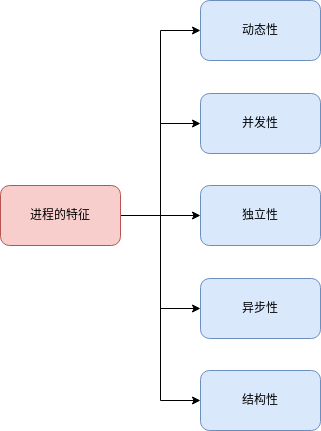
The draw.io diagram processFuture.drawio.png in YuMingLiDawn/Linux, before a commit. Source tidied: cells renumbered, new cells last; positions are measured from the earlier drawing's top-left corner, leaving out a move shared by most shapes. Source of this version:
```xml
<mxGraphModel>
  <root>
    <mxCell id="0" />
    <mxCell id="1" parent="0" />
    <mxCell id="2" style="edgeStyle=orthogonalEdgeStyle;rounded=0;jettySize=auto;html=1;" parent="1" edge="1" source="7" target="10">
      <mxGeometry relative="1" as="geometry" />
    </mxCell>
    <mxCell id="3" style="edgeStyle=orthogonalEdgeStyle;rounded=0;jettySize=auto;html=1;entryX=0;entryY=0.5;entryDx=0;entryDy=0;" parent="1" edge="1" source="7" target="8">
      <mxGeometry relative="1" as="geometry" />
    </mxCell>
    <mxCell id="4" style="edgeStyle=orthogonalEdgeStyle;rounded=0;jettySize=auto;html=1;entryX=0;entryY=0.5;entryDx=0;entryDy=0;" parent="1" edge="1" source="7" target="9">
      <mxGeometry relative="1" as="geometry" />
    </mxCell>
    <mxCell id="5" style="edgeStyle=orthogonalEdgeStyle;rounded=0;jettySize=auto;html=1;entryX=0;entryY=0.5;entryDx=0;entryDy=0;" parent="1" edge="1" source="7" target="11">
      <mxGeometry relative="1" as="geometry" />
    </mxCell>
    <mxCell id="6" style="edgeStyle=orthogonalEdgeStyle;rounded=0;jettySize=auto;html=1;entryX=0;entryY=0.5;entryDx=0;entryDy=0;" parent="1" edge="1" source="7" target="12">
      <mxGeometry relative="1" as="geometry" />
    </mxCell>
    <mxCell id="7" value="进程的特征" style="rounded=1;whiteSpace=wrap;html=1;fillColor=#f8cecc;strokeColor=#b85450;" parent="1" vertex="1">
      <mxGeometry y="185" width="120" height="60" as="geometry" />
    </mxCell>
    <mxCell id="8" value="动态性" style="rounded=1;whiteSpace=wrap;html=1;fillColor=#dae8fc;strokeColor=#6c8ebf;" parent="1" vertex="1">
      <mxGeometry x="200" width="120" height="60" as="geometry" />
    </mxCell>
    <mxCell id="9" value="并发性" style="rounded=1;whiteSpace=wrap;html=1;fillColor=#dae8fc;strokeColor=#6c8ebf;" parent="1" vertex="1">
      <mxGeometry x="200" y="93" width="120" height="60" as="geometry" />
    </mxCell>
    <mxCell id="10" value="独立性" style="rounded=1;whiteSpace=wrap;html=1;fillColor=#dae8fc;strokeColor=#6c8ebf;" parent="1" vertex="1">
      <mxGeometry x="200" y="185" width="120" height="60" as="geometry" />
    </mxCell>
    <mxCell id="11" value="异步性" style="rounded=1;whiteSpace=wrap;html=1;fillColor=#dae8fc;strokeColor=#6c8ebf;" parent="1" vertex="1">
      <mxGeometry x="200" y="278" width="120" height="60" as="geometry" />
    </mxCell>
    <mxCell id="12" value="结构性" style="rounded=1;whiteSpace=wrap;html=1;fillColor=#dae8fc;strokeColor=#6c8ebf;" parent="1" vertex="1">
      <mxGeometry x="200" y="370" width="120" height="60" as="geometry" />
    </mxCell>
  </root>
</mxGraphModel>
```
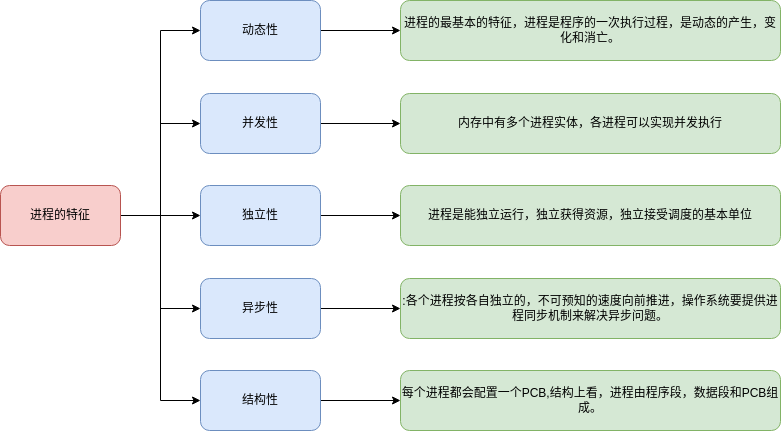
The same file after the commit.

What changed in the source:
```diff
@@ -20,20 +20,50 @@
     <mxCell id="7" value="进程的特征" style="rounded=1;whiteSpace=wrap;html=1;fillColor=#f8cecc;strokeColor=#b85450;" parent="1" vertex="1">
       <mxGeometry y="185" width="120" height="60" as="geometry" />
     </mxCell>
+    <mxCell id="13" style="edgeStyle=orthogonalEdgeStyle;rounded=0;jettySize=auto;html=1;" parent="1" edge="1" source="8" target="18">
+      <mxGeometry relative="1" as="geometry" />
+    </mxCell>
     <mxCell id="8" value="动态性" style="rounded=1;whiteSpace=wrap;html=1;fillColor=#dae8fc;strokeColor=#6c8ebf;" parent="1" vertex="1">
       <mxGeometry x="200" width="120" height="60" as="geometry" />
     </mxCell>
+    <mxCell id="14" style="edgeStyle=orthogonalEdgeStyle;rounded=0;jettySize=auto;html=1;" parent="1" edge="1" source="9" target="19">
+      <mxGeometry relative="1" as="geometry" />
+    </mxCell>
     <mxCell id="9" value="并发性" style="rounded=1;whiteSpace=wrap;html=1;fillColor=#dae8fc;strokeColor=#6c8ebf;" parent="1" vertex="1">
       <mxGeometry x="200" y="93" width="120" height="60" as="geometry" />
     </mxCell>
+    <mxCell id="15" style="edgeStyle=orthogonalEdgeStyle;rounded=0;jettySize=auto;html=1;" parent="1" edge="1" source="10" target="20">
+      <mxGeometry relative="1" as="geometry" />
+    </mxCell>
     <mxCell id="10" value="独立性" style="rounded=1;whiteSpace=wrap;html=1;fillColor=#dae8fc;strokeColor=#6c8ebf;" parent="1" vertex="1">
       <mxGeometry x="200" y="185" width="120" height="60" as="geometry" />
     </mxCell>
+    <mxCell id="16" style="edgeStyle=orthogonalEdgeStyle;rounded=0;jettySize=auto;html=1;" parent="1" edge="1" source="11" target="21">
+      <mxGeometry relative="1" as="geometry" />
+    </mxCell>
     <mxCell id="11" value="异步性" style="rounded=1;whiteSpace=wrap;html=1;fillColor=#dae8fc;strokeColor=#6c8ebf;" parent="1" vertex="1">
       <mxGeometry x="200" y="278" width="120" height="60" as="geometry" />
     </mxCell>
+    <mxCell id="17" style="edgeStyle=orthogonalEdgeStyle;rounded=0;jettySize=auto;html=1;" parent="1" edge="1" source="12" target="22">
+      <mxGeometry relative="1" as="geometry" />
+    </mxCell>
     <mxCell id="12" value="结构性" style="rounded=1;whiteSpace=wrap;html=1;fillColor=#dae8fc;strokeColor=#6c8ebf;" parent="1" vertex="1">
       <mxGeometry x="200" y="370" width="120" height="60" as="geometry" />
     </mxCell>
+    <mxCell id="18" value="进程的最基本的特征，进程是程序的一次执行过程，是动态的产生，变化和消亡。" style="rounded=1;whiteSpace=wrap;html=1;fillColor=#d5e8d4;strokeColor=#82b366;" parent="1" vertex="1">
+      <mxGeometry x="400" width="380" height="60" as="geometry" />
+    </mxCell>
+    <mxCell id="19" value="内存中有多个进程实体，各进程可以实现并发执行" style="rounded=1;whiteSpace=wrap;html=1;fillColor=#d5e8d4;strokeColor=#82b366;" parent="1" vertex="1">
+      <mxGeometry x="400" y="93" width="380" height="60" as="geometry" />
+    </mxCell>
+    <mxCell id="20" value="进程是能独立运行，独立获得资源，独立接受调度的基本单位" style="rounded=1;whiteSpace=wrap;html=1;fillColor=#d5e8d4;strokeColor=#82b366;" parent="1" vertex="1">
+      <mxGeometry x="400" y="185" width="380" height="60" as="geometry" />
+    </mxCell>
+    <mxCell id="21" value=":各个进程按各自独立的，不可预知的速度向前推进，操作系统要提供进程同步机制来解决异步问题。" style="rounded=1;whiteSpace=wrap;html=1;fillColor=#d5e8d4;strokeColor=#82b366;" parent="1" vertex="1">
+      <mxGeometry x="400" y="278" width="380" height="60" as="geometry" />
+    </mxCell>
+    <mxCell id="22" value="每个进程都会配置一个PCB,结构上看，进程由程序段，数据段和PCB组成。" style="rounded=1;whiteSpace=wrap;html=1;fillColor=#d5e8d4;strokeColor=#82b366;" parent="1" vertex="1">
+      <mxGeometry x="400" y="370" width="380" height="60" as="geometry" />
+    </mxCell>
   </root>
 </mxGraphModel>
```
